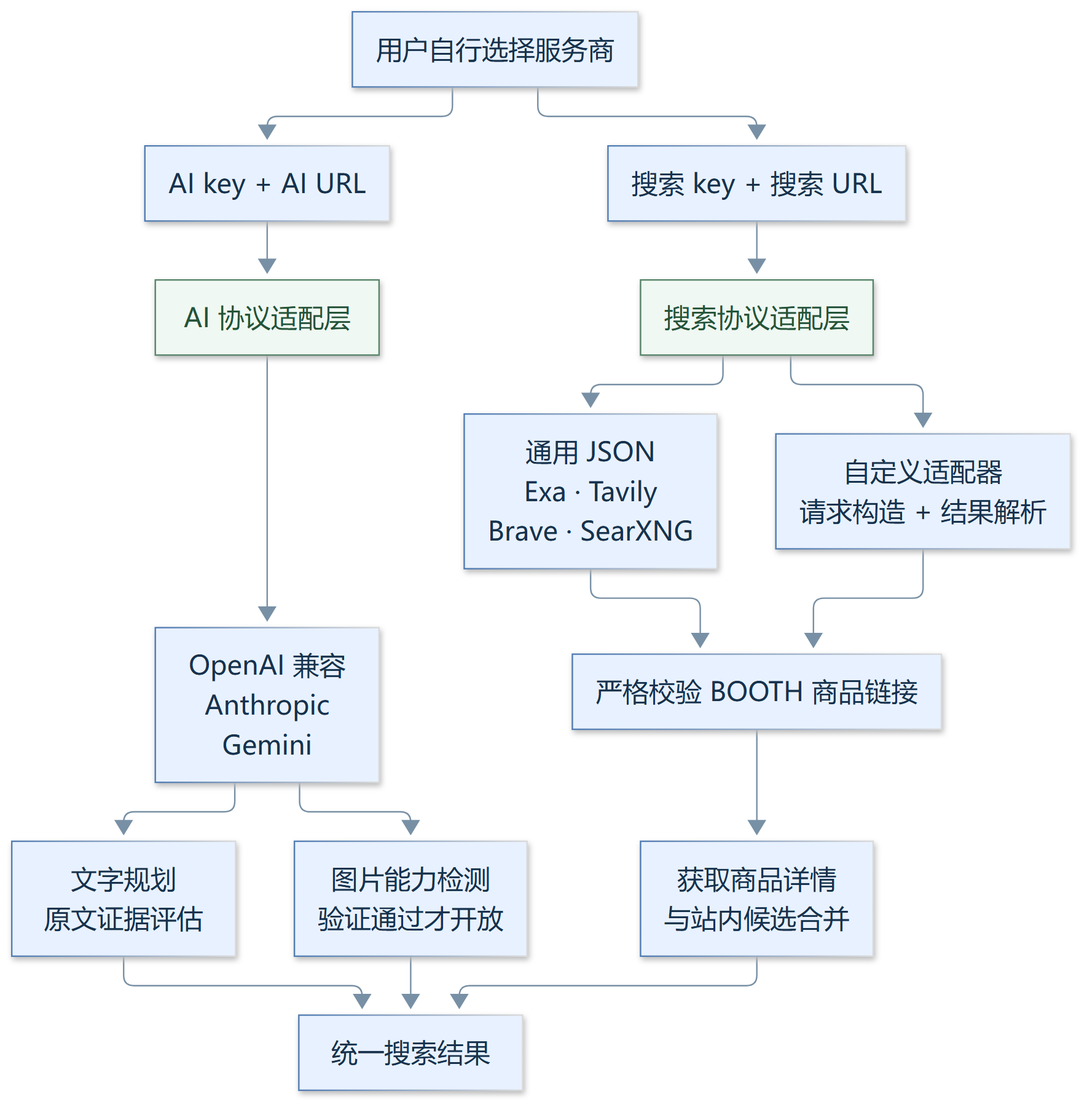
wuhutakeoffyoo/booth-cli keeps this Mermaid diagram as docs/images/provider-interfaces.png. Above is the earlier version. Its source is kept beside it as docs/diagrams/provider-interfaces.mmd.
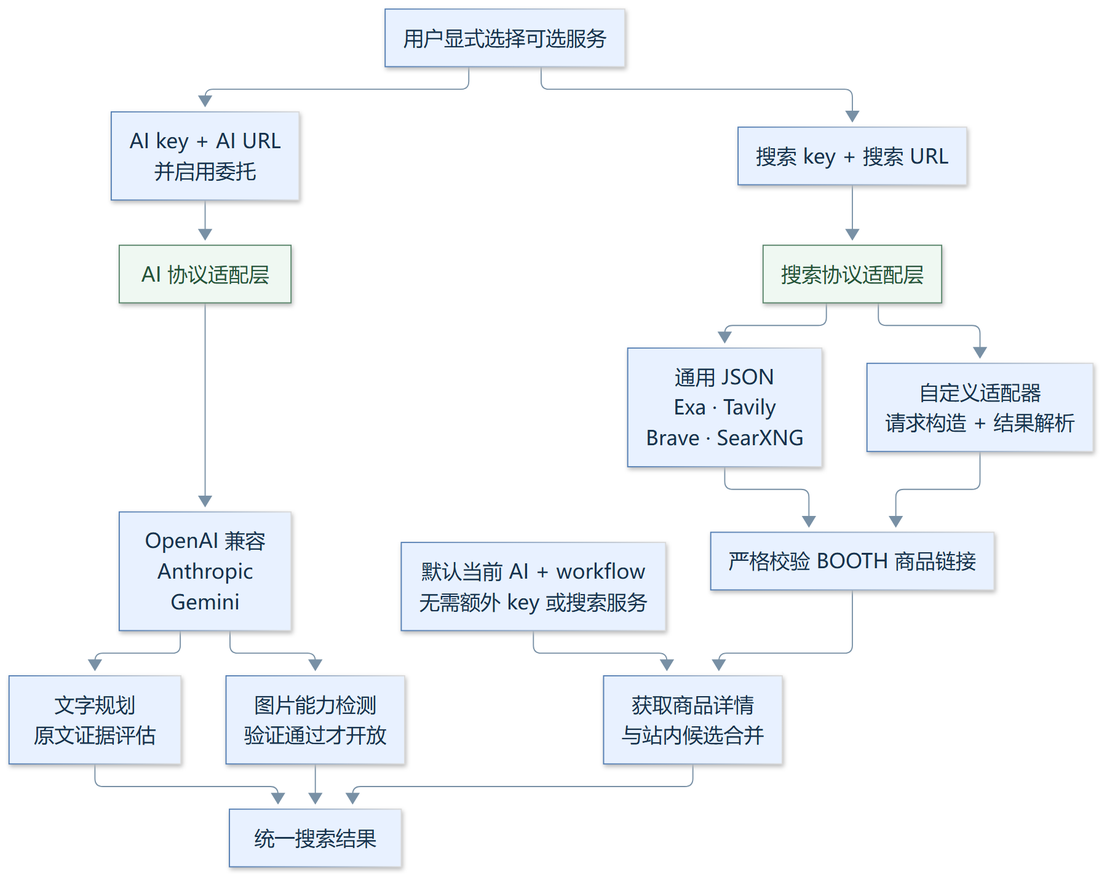
Above is the later version.

Diff of the diagram source:
```diff
@@ -1,6 +1,7 @@
 %%{init: {"markdownAutoWrap":false,"fontFamily":"Microsoft YaHei","fontSize":18,"theme":"base","themeVariables":{"fontFamily":"Noto Sans CJK SC, Microsoft YaHei, sans-serif","fontSize":"18px","primaryColor":"#e8f1ff","primaryBorderColor":"#527db3","primaryTextColor":"#17324d","lineColor":"#7890a5","secondaryColor":"#eff8f2","tertiaryColor":"#fff6e6"},"flowchart":{"curve":"basis","wrappingWidth":400,"nodeSpacing":35,"rankSpacing":45}}}%%
 flowchart TD
-    A["用户自行选择服务商"] --> B["AI key + AI URL"]
+    R["默认当前 AI + workflow<br/>无需额外 key 或搜索服务"] --> L
+    A["用户显式选择可选服务"] --> B["AI key + AI URL<br/>并启用委托"]
     A --> C["搜索 key + 搜索 URL"]
     B --> D["AI 协议适配层"]
     D --> E["OpenAI 兼容<br/>Anthropic<br/>Gemini"]
```
